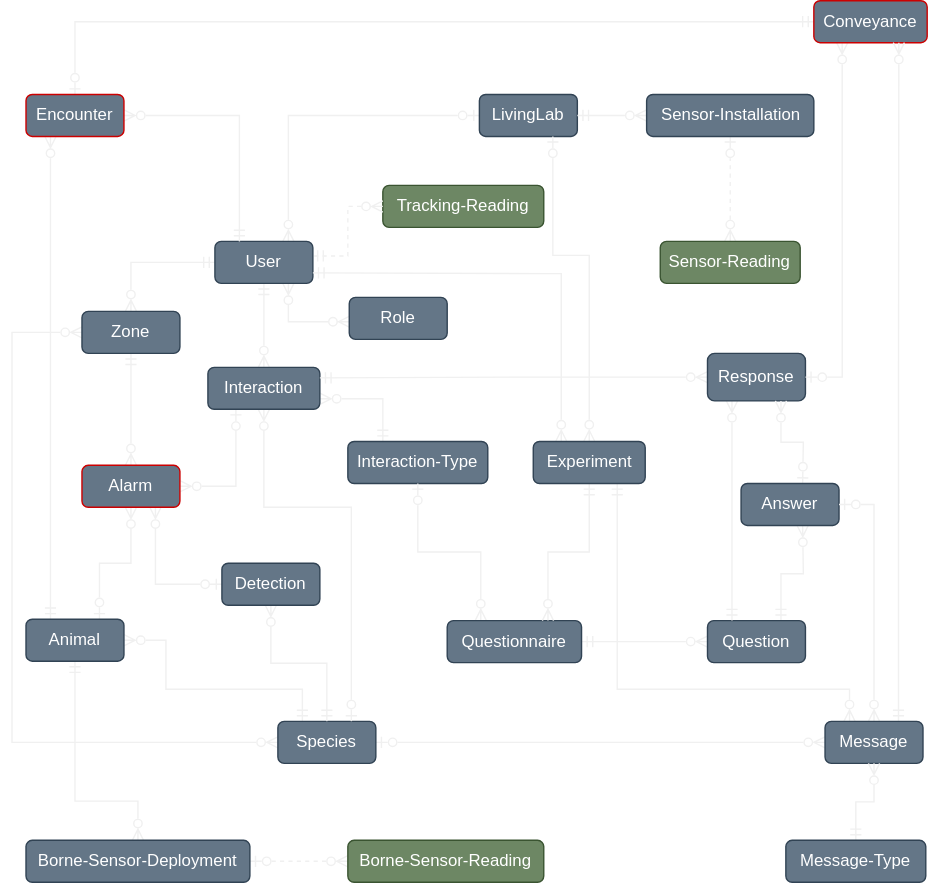
The draw.io diagram EntityRelationDiagram.svg in UtrechtUniversity/wildlifenl, before a commit. Source tidied: cells renumbered, new cells last; positions are measured from the earlier drawing's top-left corner, leaving out a move shared by most shapes.
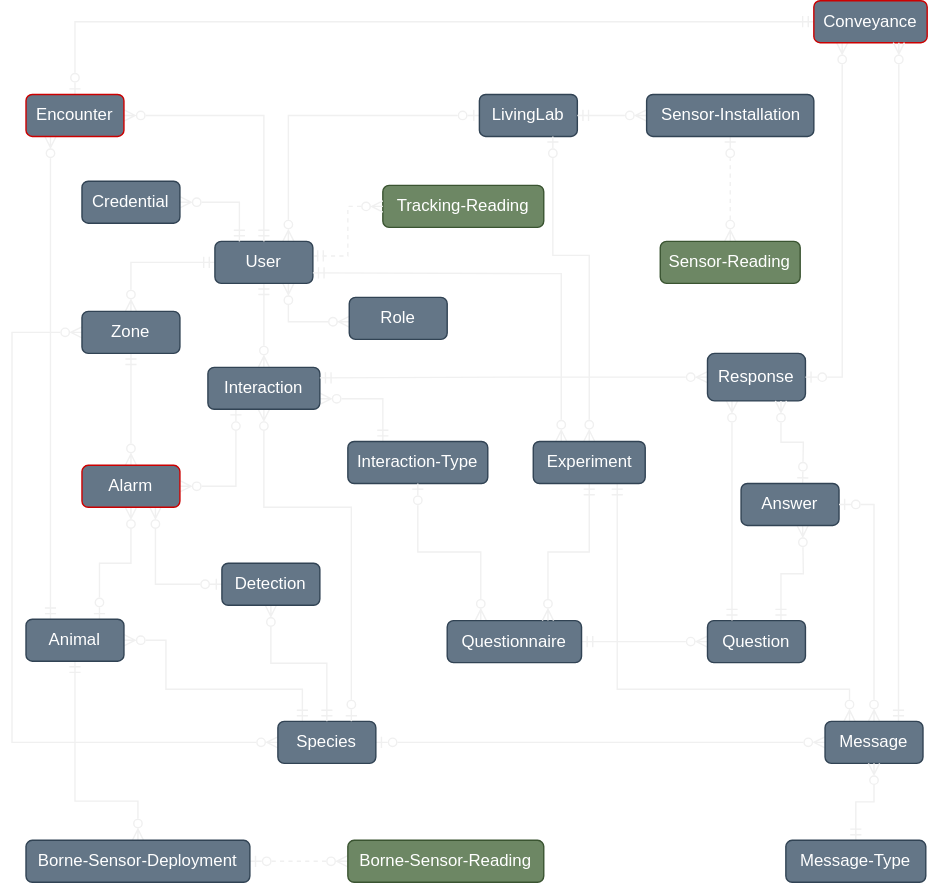
Above is the later version.

Commit message:
add Credential to ERD

Change to the diagram source:
```diff
@@ -144,7 +144,7 @@
     <mxCell id="40" value="Answer" style="rounded=1;whiteSpace=wrap;html=1;fillColor=#647687;fontColor=#ffffff;strokeColor=#314354;" parent="1" vertex="1">
       <mxGeometry x="521" y="345" width="70" height="30" as="geometry" />
     </mxCell>
-    <mxCell id="41" style="edgeStyle=orthogonalEdgeStyle;rounded=0;jettySize=auto;html=1;entryX=0.25;entryY=0;entryDx=0;entryDy=0;endArrow=ERmandOne;endFill=0;startArrow=ERzeroToMany;startFill=0;" parent="1" edge="1" source="43" target="6">
+    <mxCell id="41" style="edgeStyle=orthogonalEdgeStyle;rounded=0;jettySize=auto;html=1;entryX=0.5;entryY=0;entryDx=0;entryDy=0;endArrow=ERmandOne;endFill=0;startArrow=ERzeroToMany;startFill=0;" parent="1" edge="1" source="43" target="6">
       <mxGeometry relative="1" as="geometry" />
     </mxCell>
     <mxCell id="42" style="edgeStyle=orthogonalEdgeStyle;rounded=0;jettySize=auto;html=1;entryX=0;entryY=0.5;entryDx=0;entryDy=0;endArrow=ERmandOne;endFill=0;startArrow=ERzeroToOne;startFill=0;exitX=0.5;exitY=0;exitDx=0;exitDy=0;" parent="1" edge="1" source="43" target="45">
@@ -222,5 +222,11 @@
     <mxCell id="61" value="Experiment" style="rounded=1;whiteSpace=wrap;html=1;fillColor=#647687;fontColor=#ffffff;strokeColor=#314354;" parent="1" vertex="1">
       <mxGeometry x="372.5" y="315" width="80" height="30" as="geometry" />
     </mxCell>
+    <mxCell id="62" style="edgeStyle=orthogonalEdgeStyle;rounded=0;jettySize=auto;html=1;entryX=0.25;entryY=0;entryDx=0;entryDy=0;endArrow=ERmandOne;endFill=0;startArrow=ERzeroToMany;startFill=0;" parent="1" edge="1" source="63" target="6">
+      <mxGeometry relative="1" as="geometry" />
+    </mxCell>
+    <mxCell id="63" value="Credential" style="rounded=1;whiteSpace=wrap;html=1;fillColor=#647687;fontColor=#ffffff;strokeColor=#314354;" parent="1" vertex="1">
+      <mxGeometry x="50" y="129" width="70" height="30" as="geometry" />
+    </mxCell>
   </root>
 </mxGraphModel>
```
